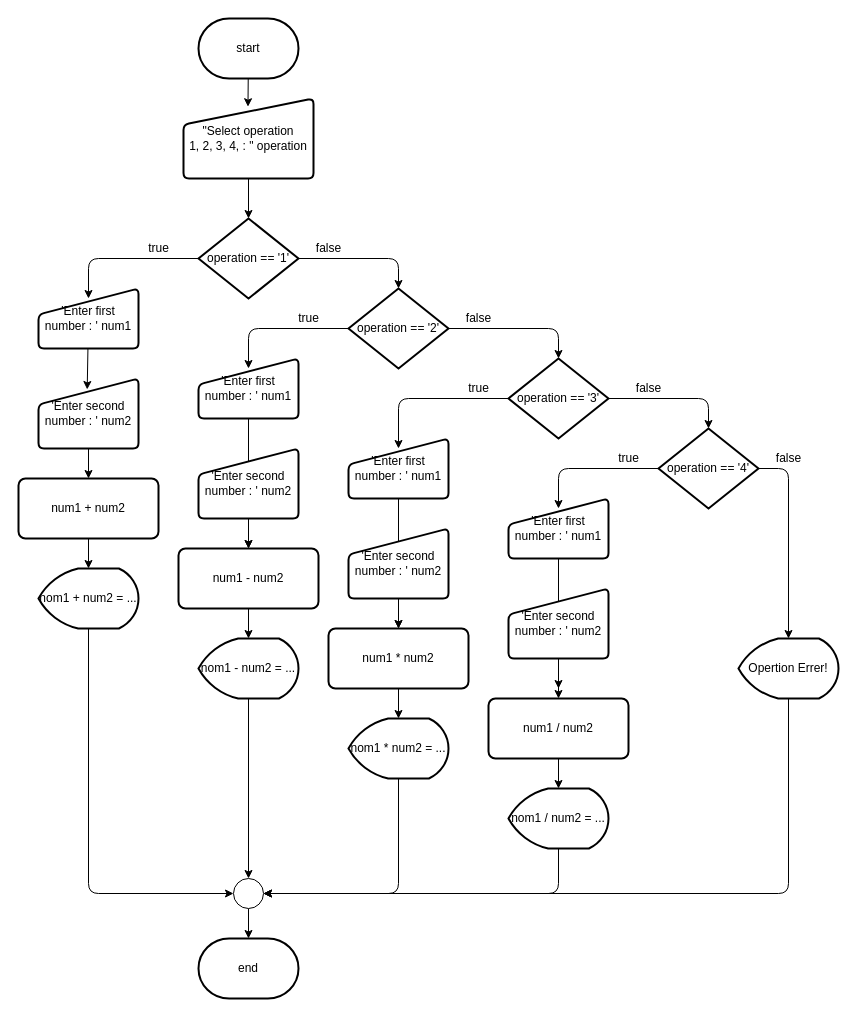
This is L02/EXE4.drawio from ZonaphatINET/65-1_ComPro-Python, a draw.io file, before an edit. Source tidied: cells renumbered, new cells numbered last; positions are measured from the earlier drawing's top-left corner, leaving out a move shared by most shapes. Both pictures are drawn from the tidied source at 100%, with x=0, y=0 at pixel (18, 18).
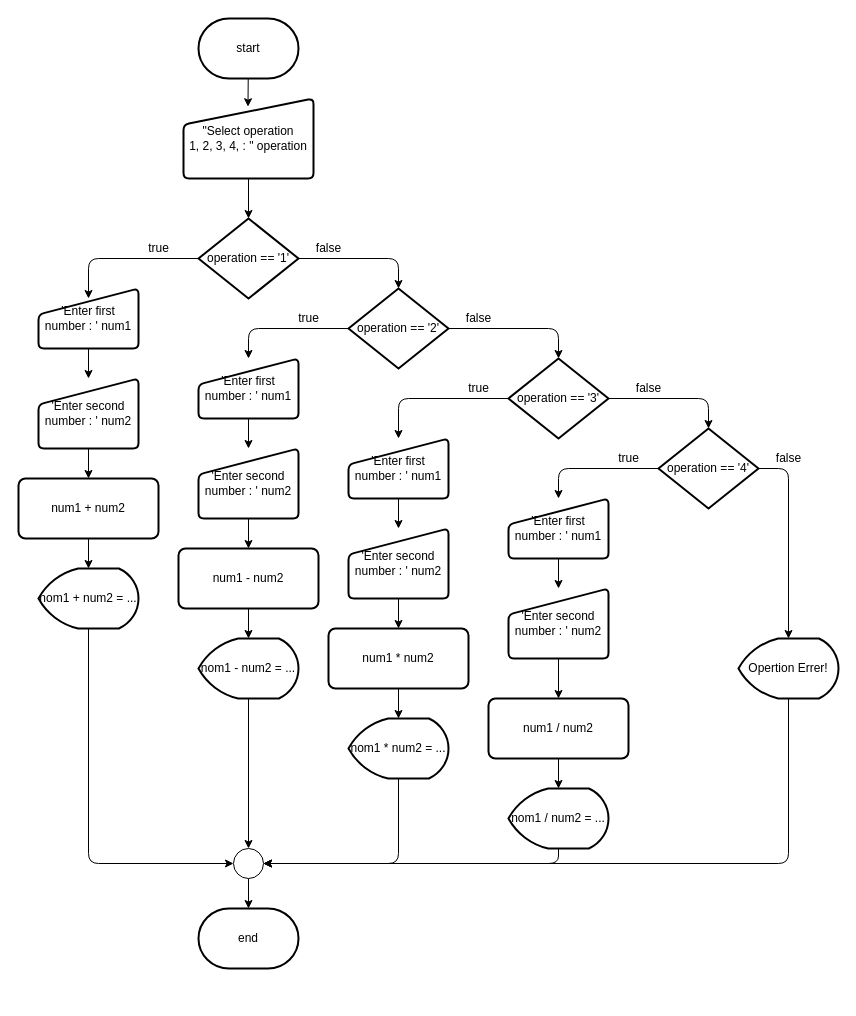
The same diagram, later.

Unchanged cells that the change refers to:
```xml
<mxCell id="12" value="operation == '2'" style="strokeWidth=2;html=1;shape=mxgraph.flowchart.decision;whiteSpace=wrap;" parent="1" vertex="1">
  <mxGeometry x="330" y="270" width="100" height="80" as="geometry" />
</mxCell>
<mxCell id="15" value="operation == '3'" style="strokeWidth=2;html=1;shape=mxgraph.flowchart.decision;whiteSpace=wrap;" parent="1" vertex="1">
  <mxGeometry x="490" y="340" width="100" height="80" as="geometry" />
</mxCell>
<mxCell id="18" value="operation == '4'" style="strokeWidth=2;html=1;shape=mxgraph.flowchart.decision;whiteSpace=wrap;" parent="1" vertex="1">
  <mxGeometry x="640" y="410" width="100" height="80" as="geometry" />
</mxCell>
<mxCell id="20" value="'Enter first&lt;br&gt;number : ' num1" style="html=1;strokeWidth=2;shape=manualInput;whiteSpace=wrap;rounded=1;size=26;arcSize=11;" parent="1" vertex="1">
  <mxGeometry x="20" y="270" width="100" height="60" as="geometry" />
</mxCell>
<mxCell id="22" value="'Enter second number : ' num2" style="html=1;strokeWidth=2;shape=manualInput;whiteSpace=wrap;rounded=1;size=26;arcSize=11;" parent="1" vertex="1">
  <mxGeometry x="20" y="360" width="100" height="70" as="geometry" />
</mxCell>
<mxCell id="24" value="'Enter first&lt;br&gt;number : ' num1" style="html=1;strokeWidth=2;shape=manualInput;whiteSpace=wrap;rounded=1;size=26;arcSize=11;" parent="1" vertex="1">
  <mxGeometry x="180" y="340" width="100" height="60" as="geometry" />
</mxCell>
<mxCell id="26" value="'Enter second number : ' num2" style="html=1;strokeWidth=2;shape=manualInput;whiteSpace=wrap;rounded=1;size=26;arcSize=11;" parent="1" vertex="1">
  <mxGeometry x="180" y="430" width="100" height="70" as="geometry" />
</mxCell>
<mxCell id="28" value="'Enter first&lt;br&gt;number : ' num1" style="html=1;strokeWidth=2;shape=manualInput;whiteSpace=wrap;rounded=1;size=26;arcSize=11;" parent="1" vertex="1">
  <mxGeometry x="330" y="420" width="100" height="60" as="geometry" />
</mxCell>
<mxCell id="30" value="'Enter second number : ' num2" style="html=1;strokeWidth=2;shape=manualInput;whiteSpace=wrap;rounded=1;size=26;arcSize=11;" parent="1" vertex="1">
  <mxGeometry x="330" y="510" width="100" height="70" as="geometry" />
</mxCell>
<mxCell id="32" value="'Enter first&lt;br&gt;number : ' num1" style="html=1;strokeWidth=2;shape=manualInput;whiteSpace=wrap;rounded=1;size=26;arcSize=11;" parent="1" vertex="1">
  <mxGeometry x="490" y="480" width="100" height="60" as="geometry" />
</mxCell>
<mxCell id="34" value="'Enter second number : ' num2" style="html=1;strokeWidth=2;shape=manualInput;whiteSpace=wrap;rounded=1;size=26;arcSize=11;" parent="1" vertex="1">
  <mxGeometry x="490" y="570" width="100" height="70" as="geometry" />
</mxCell>
<mxCell id="44" value="Opertion Errer!" style="strokeWidth=2;html=1;shape=mxgraph.flowchart.display;whiteSpace=wrap;" parent="1" vertex="1">
  <mxGeometry x="720" y="620" width="100" height="60" as="geometry" />
</mxCell>
<mxCell id="56" value="nom1 + num2 = ..." style="strokeWidth=2;html=1;shape=mxgraph.flowchart.display;whiteSpace=wrap;" parent="1" vertex="1">
  <mxGeometry x="20" y="550" width="100" height="60" as="geometry" />
</mxCell>
<mxCell id="60" value="&lt;span&gt;nom1 * num2 = ...&lt;/span&gt;" style="strokeWidth=2;html=1;shape=mxgraph.flowchart.display;whiteSpace=wrap;" parent="1" vertex="1">
  <mxGeometry x="330" y="700" width="100" height="60" as="geometry" />
</mxCell>
<mxCell id="62" value="&lt;span&gt;nom1 / num2 = ...&lt;/span&gt;" style="strokeWidth=2;html=1;shape=mxgraph.flowchart.display;whiteSpace=wrap;" parent="1" vertex="1">
  <mxGeometry x="490" y="770" width="100" height="60" as="geometry" />
</mxCell>
```

What changed in the source:
```diff
@@
     <mxCell id="4" value="end" style="strokeWidth=2;html=1;shape=mxgraph.flowchart.terminator;whiteSpace=wrap;" parent="1" vertex="1">
-      <mxGeometry x="180" y="920" width="100" height="60" as="geometry" />
+      <mxGeometry x="180" y="890" width="100" height="60" as="geometry" />
     </mxCell>
@@
-    <mxCell id="10" style="edgeStyle=none;html=1;entryX=0.5;entryY=0;entryDx=0;entryDy=0;entryPerimeter=0;" parent="1" edge="1" source="12">
+    <mxCell id="10" style="edgeStyle=none;html=1;entryX=0.5;entryY=0;entryDx=0;entryDy=0;" parent="1" edge="1" source="12" target="24">
       <mxGeometry relative="1" as="geometry">
-        <mxPoint x="230" y="350" as="targetPoint" />
         <Array as="points">
           <mxPoint x="230" y="310" />
         </Array>
       </mxGeometry>
     </mxCell>
@@
-    <mxCell id="13" style="edgeStyle=none;html=1;entryX=0.5;entryY=0;entryDx=0;entryDy=0;entryPerimeter=0;" parent="1" edge="1" source="15">
+    <mxCell id="13" style="edgeStyle=none;html=1;entryX=0.5;entryY=0;entryDx=0;entryDy=0;" parent="1" edge="1" source="15" target="28">
       <mxGeometry relative="1" as="geometry">
-        <mxPoint x="380" y="430" as="targetPoint" />
         <Array as="points">
           <mxPoint x="380" y="380" />
         </Array>
       </mxGeometry>
     </mxCell>
@@
-    <mxCell id="16" style="edgeStyle=none;html=1;entryX=0.5;entryY=0;entryDx=0;entryDy=0;entryPerimeter=0;" parent="1" edge="1" source="18">
+    <mxCell id="16" style="edgeStyle=none;html=1;entryX=0.5;entryY=0;entryDx=0;entryDy=0;" parent="1" edge="1" source="18" target="32">
       <mxGeometry relative="1" as="geometry">
-        <mxPoint x="540" y="490" as="targetPoint" />
         <Array as="points">
           <mxPoint x="540" y="450" />
         </Array>
       </mxGeometry>
     </mxCell>
@@
-    <mxCell id="19" style="edgeStyle=none;html=1;entryX=0.487;entryY=0.157;entryDx=0;entryDy=0;entryPerimeter=0;" parent="1" edge="1" source="20" target="22">
+    <mxCell id="19" style="edgeStyle=none;html=1;entryX=0.5;entryY=0;entryDx=0;entryDy=0;" parent="1" edge="1" source="20" target="22">
       <mxGeometry relative="1" as="geometry" />
     </mxCell>
@@
-    <mxCell id="23" style="edgeStyle=none;html=1;entryX=0.5;entryY=0;entryDx=0;entryDy=0;entryPerimeter=0;" parent="1" edge="1" source="24">
-      <mxGeometry relative="1" as="geometry">
-        <mxPoint x="230" y="530" as="targetPoint" />
-      </mxGeometry>
-    </mxCell>
+    <mxCell id="63" style="edgeStyle=none;html=1;entryX=0.5;entryY=0;entryDx=0;entryDy=0;" parent="1" edge="1" source="24" target="26">
+      <mxGeometry relative="1" as="geometry" />
+    </mxCell>
@@
-    <mxCell id="27" style="edgeStyle=none;html=1;entryX=0.5;entryY=0;entryDx=0;entryDy=0;entryPerimeter=0;" parent="1" edge="1" source="28">
-      <mxGeometry relative="1" as="geometry">
-        <mxPoint x="380" y="610" as="targetPoint" />
-      </mxGeometry>
-    </mxCell>
+    <mxCell id="64" style="edgeStyle=none;html=1;" parent="1" edge="1" source="28" target="30">
+      <mxGeometry relative="1" as="geometry" />
+    </mxCell>
@@
-    <mxCell id="31" style="edgeStyle=none;html=1;entryX=0.5;entryY=0;entryDx=0;entryDy=0;entryPerimeter=0;" parent="1" edge="1" source="32">
-      <mxGeometry relative="1" as="geometry">
-        <mxPoint x="540" y="670" as="targetPoint" />
-      </mxGeometry>
-    </mxCell>
+    <mxCell id="65" style="edgeStyle=none;html=1;entryX=0.5;entryY=0;entryDx=0;entryDy=0;" parent="1" edge="1" source="32" target="34">
+      <mxGeometry relative="1" as="geometry" />
+    </mxCell>
@@
     <mxCell id="43" style="edgeStyle=none;html=1;entryX=1;entryY=0.5;entryDx=0;entryDy=0;entryPerimeter=0;" parent="1" edge="1" source="44" target="46">
       <mxGeometry relative="1" as="geometry">
         <Array as="points">
-          <mxPoint x="770" y="875" />
+          <mxPoint x="770" y="845" />
         </Array>
       </mxGeometry>
     </mxCell>
@@
     <mxCell id="46" style="verticalLabelPosition=bottom;verticalAlign=top;html=1;shape=mxgraph.flowchart.on-page_reference;" parent="1" vertex="1">
-      <mxGeometry x="215" y="860" width="30" height="30" as="geometry" />
+      <mxGeometry x="215" y="830" width="30" height="30" as="geometry" />
     </mxCell>
@@
     <mxCell id="55" style="edgeStyle=none;html=1;entryX=0;entryY=0.5;entryDx=0;entryDy=0;entryPerimeter=0;" parent="1" edge="1" source="56" target="46">
       <mxGeometry relative="1" as="geometry">
         <Array as="points">
-          <mxPoint x="70" y="875" />
+          <mxPoint x="70" y="845" />
         </Array>
       </mxGeometry>
     </mxCell>
@@
     <mxCell id="59" style="edgeStyle=none;html=1;entryX=1;entryY=0.5;entryDx=0;entryDy=0;entryPerimeter=0;" parent="1" edge="1" source="60" target="46">
       <mxGeometry relative="1" as="geometry">
         <Array as="points">
-          <mxPoint x="380" y="875" />
+          <mxPoint x="380" y="845" />
         </Array>
       </mxGeometry>
     </mxCell>
@@
     <mxCell id="61" style="edgeStyle=none;html=1;entryX=1;entryY=0.5;entryDx=0;entryDy=0;entryPerimeter=0;" parent="1" edge="1" source="62" target="46">
       <mxGeometry relative="1" as="geometry">
         <Array as="points">
-          <mxPoint x="540" y="875" />
+          <mxPoint x="540" y="845" />
         </Array>
       </mxGeometry>
     </mxCell>
```
